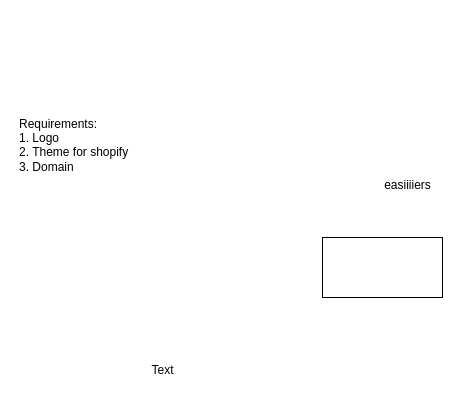
kashishmakkar99/basic-rep keeps this draw.io diagram as Untitled Diagram.drawio. Above is the earlier version. Source tidied: cells renumbered, new cells numbered last; positions are measured from the earlier drawing's top-left corner, leaving out a move shared by most shapes. Both pictures are drawn from the tidied source at 100%, with x=0, y=0 at pixel (17, 107).
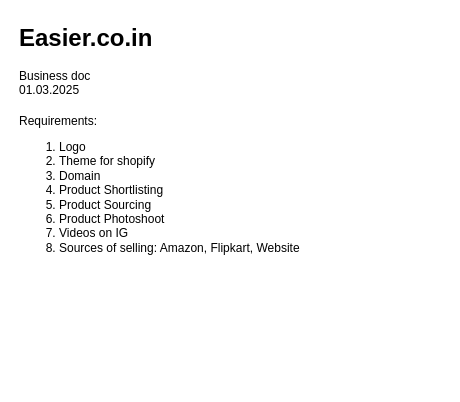
Above is the later version.

The edit, as a diff of the source:
```diff
@@
 <mxGraphModel>
   <root>
     <mxCell id="0" />
     <mxCell id="1" parent="0" />
-    <mxCell id="2" value="easiiiiers&lt;div&gt;&lt;br&gt;&lt;/div&gt;" style="text;html=1;align=center;verticalAlign=middle;strokeColor=none;fillColor=none;" parent="1" vertex="1">
-      <mxGeometry x="355" y="65" width="70" height="40" as="geometry" />
-    </mxCell>
-    <mxCell id="3" value="Requirements:&lt;div&gt;1. Logo&lt;/div&gt;&lt;div&gt;&lt;span style=&quot;background-color: transparent; color: light-dark(rgb(0, 0, 0), rgb(255, 255, 255));&quot;&gt;2. Theme for shopify&lt;/span&gt;&lt;/div&gt;&lt;div&gt;&lt;span style=&quot;background-color: transparent; color: light-dark(rgb(0, 0, 0), rgb(255, 255, 255));&quot;&gt;3. Domain&lt;/span&gt;&lt;/div&gt;&lt;div&gt;&lt;br&gt;&lt;/div&gt;" style="text;html=1;align=left;verticalAlign=middle;strokeColor=none;fillColor=none;" parent="1" vertex="1">
-      <mxGeometry width="130" height="90" as="geometry" />
+    <mxCell id="3" value="&lt;span style=&quot;background-color: transparent; color: light-dark(rgb(0, 0, 0), rgb(255, 255, 255));&quot;&gt;Requirements:&lt;/span&gt;&lt;br&gt;&lt;ol&gt;&lt;li&gt;&lt;span style=&quot;background-color: transparent; color: light-dark(rgb(0, 0, 0), rgb(255, 255, 255));&quot;&gt;Logo&lt;/span&gt;&lt;/li&gt;&lt;li&gt;&lt;span style=&quot;background-color: transparent; color: light-dark(rgb(0, 0, 0), rgb(255, 255, 255));&quot;&gt;Theme for shopify&lt;/span&gt;&lt;/li&gt;&lt;li&gt;&lt;span style=&quot;background-color: transparent; color: light-dark(rgb(0, 0, 0), rgb(255, 255, 255));&quot;&gt;Domain&lt;/span&gt;&lt;/li&gt;&lt;li&gt;&lt;span style=&quot;background-color: transparent; color: light-dark(rgb(0, 0, 0), rgb(255, 255, 255));&quot;&gt;Product Shortlisting&lt;/span&gt;&lt;/li&gt;&lt;li&gt;&lt;span style=&quot;background-color: transparent; color: light-dark(rgb(0, 0, 0), rgb(255, 255, 255));&quot;&gt;Product Sourcing&lt;/span&gt;&lt;/li&gt;&lt;li&gt;&lt;span style=&quot;background-color: transparent; color: light-dark(rgb(0, 0, 0), rgb(255, 255, 255));&quot;&gt;Product Photoshoot&lt;/span&gt;&lt;/li&gt;&lt;li&gt;&lt;span style=&quot;background-color: transparent; color: light-dark(rgb(0, 0, 0), rgb(255, 255, 255));&quot;&gt;Videos on IG&lt;/span&gt;&lt;/li&gt;&lt;li&gt;&lt;span style=&quot;background-color: transparent; color: light-dark(rgb(0, 0, 0), rgb(255, 255, 255));&quot;&gt;Sources of selling: Amazon, Flipkart, Website&amp;nbsp;&lt;/span&gt;&lt;/li&gt;&lt;/ol&gt;&lt;div&gt;&lt;br&gt;&lt;/div&gt;" style="text;html=1;align=left;verticalAlign=middle;strokeColor=none;fillColor=none;" parent="1" vertex="1">
+      <mxGeometry width="310" height="180" as="geometry" />
     </mxCell>
-    <mxCell id="4" value="Text" style="text;html=1;align=center;verticalAlign=middle;strokeColor=none;fillColor=none;" parent="1" vertex="1">
-      <mxGeometry x="120" y="248" width="50" height="30" as="geometry" />
-    </mxCell>
-    <mxCell id="5" style="whiteSpace=wrap;html=1;" parent="1" vertex="1">
-      <mxGeometry x="305" y="130" width="120" height="60" as="geometry" />
-    </mxCell>
+    <mxCell id="6" value="&lt;h1 style=&quot;margin-top: 0px;&quot;&gt;Easier.co.in&lt;/h1&gt;&lt;div&gt;Business doc&lt;/div&gt;&lt;div&gt;01.03.2025&lt;/div&gt;" style="text;html=1;whiteSpace=wrap;overflow=hidden;rounded=0;" parent="1" vertex="1">
+      <mxGeometry y="-90" width="180" height="120" as="geometry" />
+    </mxCell>
   </root>
 </mxGraphModel>
```
